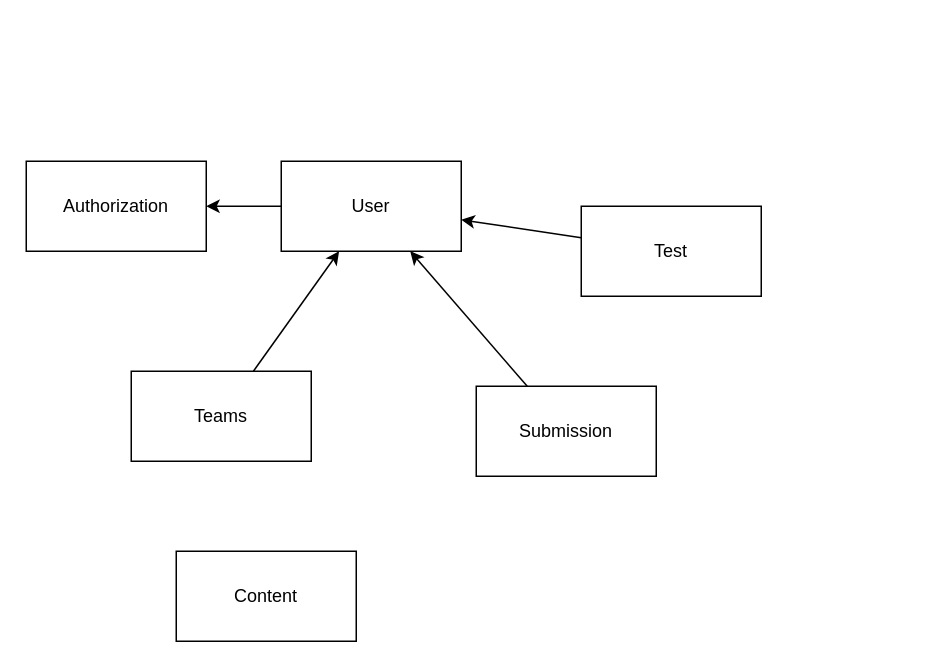
Earlier version of the draw.io diagram sketches/Q1-microservice/architecture.drawio (nponsard/rapport-polycode-s7). Source tidied: cells renumbered, new cells numbered last; positions are measured from the earlier drawing's top-left corner, leaving out a move shared by most shapes. Both pictures are drawn from the tidied source at 150%, with x=0, y=0 at pixel (26, 160).
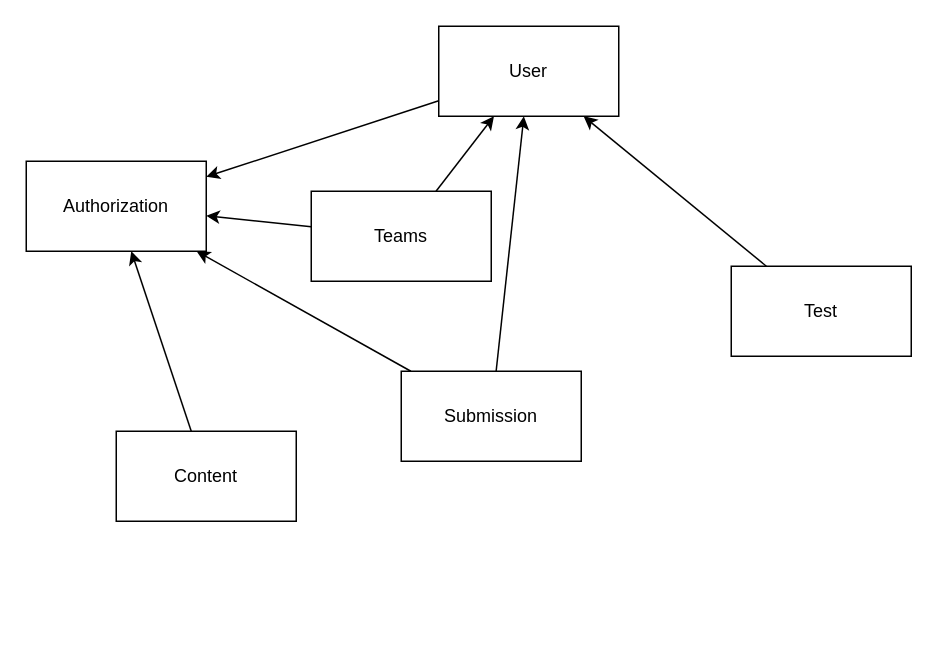
Above is the later version.

Commit message (it also covers changes not shown here):
microservice sequence

What changed in the source:
```diff
@@
 <mxGraphModel>
   <root>
     <mxCell id="0" />
     <mxCell id="1" parent="0" />
     <mxCell id="2" style="edgeStyle=none;html=1;" parent="1" edge="1" source="3" target="4">
       <mxGeometry relative="1" as="geometry" />
     </mxCell>
     <mxCell id="3" value="User" style="rounded=0;whiteSpace=wrap;html=1;" parent="1" vertex="1">
-      <mxGeometry x="170" width="120" height="60" as="geometry" />
+      <mxGeometry x="275" y="-90" width="120" height="60" as="geometry" />
     </mxCell>
     <mxCell id="4" value="Authorization" style="rounded=0;whiteSpace=wrap;html=1;" parent="1" vertex="1">
       <mxGeometry width="120" height="60" as="geometry" />
     </mxCell>
     <mxCell id="5" style="edgeStyle=none;html=1;" parent="1" edge="1" source="6" target="3">
       <mxGeometry relative="1" as="geometry" />
     </mxCell>
+    <mxCell id="12" style="edgeStyle=none;html=1;" parent="1" edge="1" source="6" target="4">
+      <mxGeometry relative="1" as="geometry" />
+    </mxCell>
     <mxCell id="6" value="Teams" style="rounded=0;whiteSpace=wrap;html=1;" parent="1" vertex="1">
-      <mxGeometry x="70" y="140" width="120" height="60" as="geometry" />
+      <mxGeometry x="190" y="20" width="120" height="60" as="geometry" />
     </mxCell>
+    <mxCell id="13" style="edgeStyle=none;html=1;" parent="1" edge="1" source="7" target="4">
+      <mxGeometry relative="1" as="geometry" />
+    </mxCell>
     <mxCell id="7" value="Content" style="rounded=0;whiteSpace=wrap;html=1;" parent="1" vertex="1">
-      <mxGeometry x="100" y="260" width="120" height="60" as="geometry" />
+      <mxGeometry x="60" y="180" width="120" height="60" as="geometry" />
     </mxCell>
     <mxCell id="8" style="edgeStyle=none;html=1;" parent="1" edge="1" source="9" target="3">
       <mxGeometry relative="1" as="geometry" />
     </mxCell>
+    <mxCell id="14" style="edgeStyle=none;html=1;" parent="1" edge="1" source="9" target="4">
+      <mxGeometry relative="1" as="geometry" />
+    </mxCell>
     <mxCell id="9" value="Submission" style="rounded=0;whiteSpace=wrap;html=1;" parent="1" vertex="1">
-      <mxGeometry x="300" y="150" width="120" height="60" as="geometry" />
+      <mxGeometry x="250" y="140" width="120" height="60" as="geometry" />
     </mxCell>
     <mxCell id="10" style="edgeStyle=none;html=1;" parent="1" edge="1" source="11" target="3">
       <mxGeometry relative="1" as="geometry" />
     </mxCell>
     <mxCell id="11" value="Test" style="rounded=0;whiteSpace=wrap;html=1;" parent="1" vertex="1">
-      <mxGeometry x="370" y="30" width="120" height="60" as="geometry" />
+      <mxGeometry x="470" y="70" width="120" height="60" as="geometry" />
     </mxCell>
   </root>
 </mxGraphModel>
```
